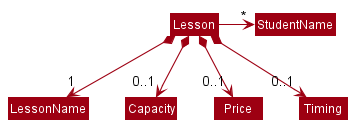
Earlier version of the PlantUML export docs/images/LessonClassDiagram.png (nus-cs2103-AY2122S1/tp).
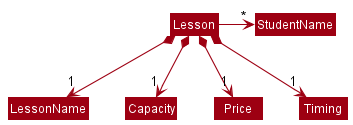
Later version of the same file.

Commit message:
Make changes to UML diagram and minor DG edits

The edit, as a diff of the source:
```diff
@@ -13,9 +13,9 @@
 Class StudentName
 
 Lesson *--> "1"LessonName
-Lesson *--> "0..1"Capacity
-Lesson *--> "0..1"Price
-Lesson *--> "0..1"Timing
+Lesson *--> "1"Capacity
+Lesson *--> "1"Price
+Lesson *--> "1"Timing
 Lesson -right-> "*"StudentName
 
 
```
